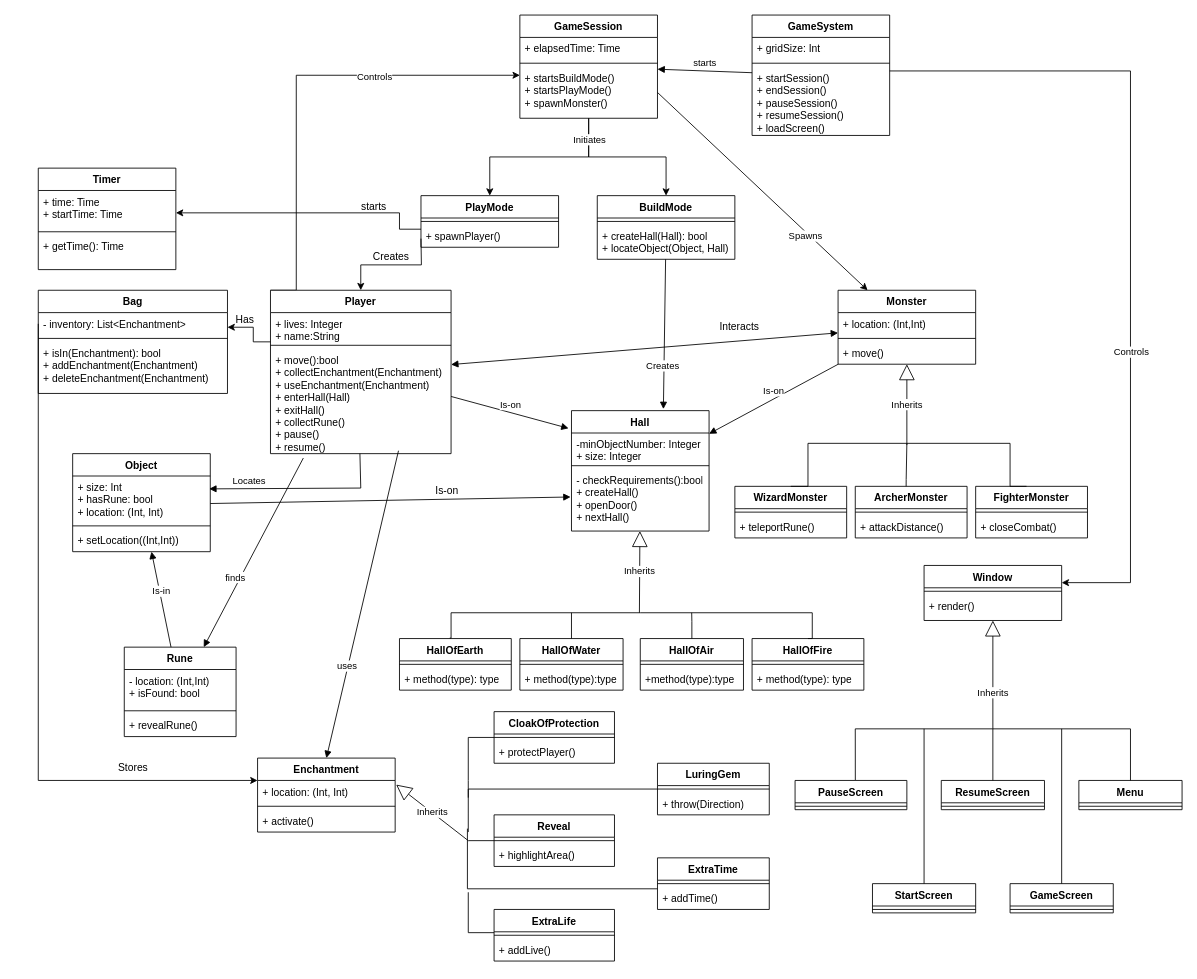
zeynepyorulmaz/Rogue-Like keeps this draw.io diagram as uml_class_diagram.drawio. Above is the earlier version. Source tidied: cells renumbered, new cells numbered last; positions are measured from the earlier drawing's top-left corner, leaving out a move shared by most shapes. Both pictures are drawn from the tidied source at 86%, with x=0, y=0 at pixel (38, 15).
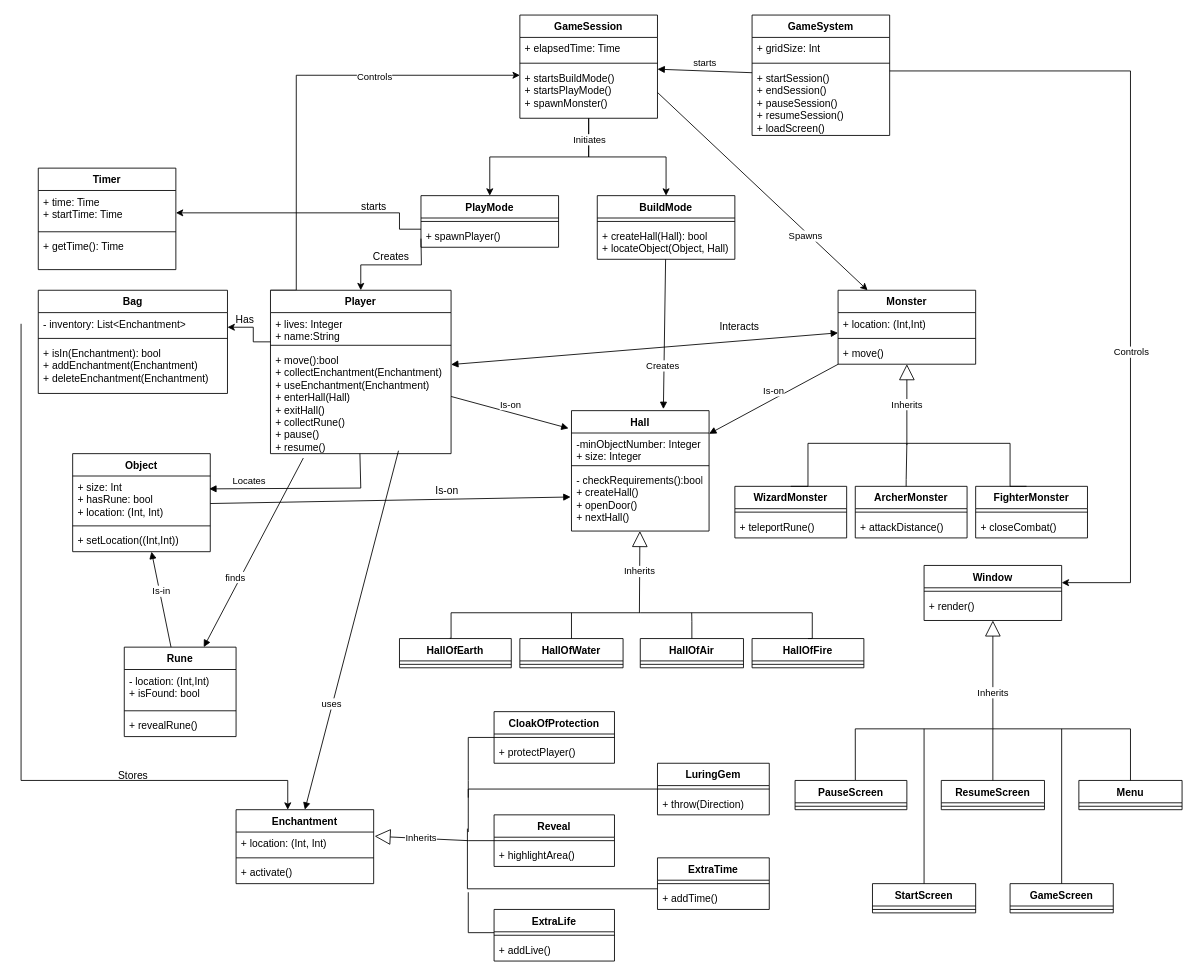
The same diagram, later.

Commit message:
update hall class

The change refers to these unchanged cells:
```xml
<mxCell id="103" value="- inventory: List&amp;lt;Enchantment&amp;gt;" style="text;strokeColor=none;fillColor=none;align=left;verticalAlign=top;spacingLeft=4;spacingRight=4;overflow=hidden;points=[[0,0.5],[1,0.5]];portConstraint=eastwest;whiteSpace=wrap;html=1;" parent="102" vertex="1">
  <mxGeometry y="26" width="220" height="26" as="geometry" />
</mxCell>
```

Change to the diagram source:
```diff
@@
     <mxCell id="37" value="&lt;div&gt;Enchantment&lt;/div&gt;" style="swimlane;fontStyle=1;align=center;verticalAlign=top;horizontal=1;startSize=26;whiteSpace=wrap;html=1;" parent="1" vertex="1">
-      <mxGeometry x="255" y="864" width="160" height="86" as="geometry" />
+      <mxGeometry x="230" y="924" width="160" height="86" as="geometry" />
     </mxCell>
@@
     <mxCell id="60" value="&lt;div&gt;HallOfEarth&lt;/div&gt;" style="swimlane;fontStyle=1;align=center;verticalAlign=top;horizontal=1;startSize=26;whiteSpace=wrap;html=1;" parent="1" vertex="1">
-      <mxGeometry x="420" y="725" width="130" height="60" as="geometry" />
+      <mxGeometry x="420" y="725" width="130" height="34" as="geometry" />
     </mxCell>
@@
-    <mxCell id="62" value="+ method(type): type" style="text;strokeColor=none;fillColor=none;align=left;verticalAlign=top;spacingLeft=4;spacingRight=4;overflow=hidden;whiteSpace=wrap;html=1;" parent="60" vertex="1">
-      <mxGeometry y="34" width="130" height="26" as="geometry" />
-    </mxCell>
     <mxCell id="63" value="&lt;div&gt;HallOfFire&lt;/div&gt;" style="swimlane;fontStyle=1;align=center;verticalAlign=top;horizontal=1;startSize=26;whiteSpace=wrap;html=1;" parent="1" vertex="1">
-      <mxGeometry x="830" y="725" width="130" height="60" as="geometry" />
+      <mxGeometry x="830" y="725" width="130" height="34" as="geometry" />
     </mxCell>
@@
-    <mxCell id="65" value="+ method(type): type" style="text;strokeColor=none;fillColor=none;align=left;verticalAlign=top;spacingLeft=4;spacingRight=4;overflow=hidden;whiteSpace=wrap;html=1;" parent="63" vertex="1">
-      <mxGeometry y="34" width="130" height="26" as="geometry" />
-    </mxCell>
     <mxCell id="66" value="&lt;div&gt;HallOfWater&lt;/div&gt;" style="swimlane;fontStyle=1;align=center;verticalAlign=top;horizontal=1;startSize=26;whiteSpace=wrap;html=1;" parent="1" vertex="1">
-      <mxGeometry x="560" y="725" width="120" height="60" as="geometry" />
+      <mxGeometry x="560" y="725" width="120" height="34" as="geometry" />
     </mxCell>
@@
-    <mxCell id="68" value="+ method(type):type" style="text;strokeColor=none;fillColor=none;align=left;verticalAlign=top;spacingLeft=4;spacingRight=4;overflow=hidden;whiteSpace=wrap;html=1;" parent="66" vertex="1">
-      <mxGeometry y="34" width="120" height="26" as="geometry" />
-    </mxCell>
     <mxCell id="69" value="HallOfAir" style="swimlane;fontStyle=1;align=center;verticalAlign=top;horizontal=1;startSize=26;whiteSpace=wrap;html=1;" parent="1" vertex="1">
-      <mxGeometry x="700" y="725" width="120" height="60" as="geometry" />
+      <mxGeometry x="700" y="725" width="120" height="34" as="geometry" />
     </mxCell>
@@
-    <mxCell id="71" value="+method(type):type&amp;nbsp;" style="text;strokeColor=none;fillColor=none;align=left;verticalAlign=top;spacingLeft=4;spacingRight=4;overflow=hidden;whiteSpace=wrap;html=1;" parent="69" vertex="1">
-      <mxGeometry y="34" width="120" height="26" as="geometry" />
-    </mxCell>
@@
-    <mxCell id="101" style="edgeStyle=orthogonalEdgeStyle;rounded=0;jettySize=auto;html=1;exitX=0;exitY=0.5;exitDx=0;exitDy=0;" parent="1" edge="1" source="103" target="37">
+    <mxCell id="101" style="edgeStyle=orthogonalEdgeStyle;rounded=0;orthogonalLoop=1;jettySize=auto;html=1;exitX=0;exitY=0.5;exitDx=0;exitDy=0;" parent="1" edge="1">
       <mxGeometry relative="1" as="geometry">
+        <mxPoint x="-20" y="359" as="sourcePoint" />
+        <mxPoint x="290.1" y="924" as="targetPoint" />
         <Array as="points">
-          <mxPoint y="890" />
+          <mxPoint x="-20" y="890" />
         </Array>
       </mxGeometry>
     </mxCell>
@@
     <mxCell id="107" value="Stores" style="text;html=1;align=center;verticalAlign=middle;strokeColor=none;fillColor=none;" parent="1" vertex="1">
-      <mxGeometry x="80" y="860" width="60" height="30" as="geometry" />
+      <mxGeometry x="80" y="870" width="60" height="30" as="geometry" />
     </mxCell>
```
